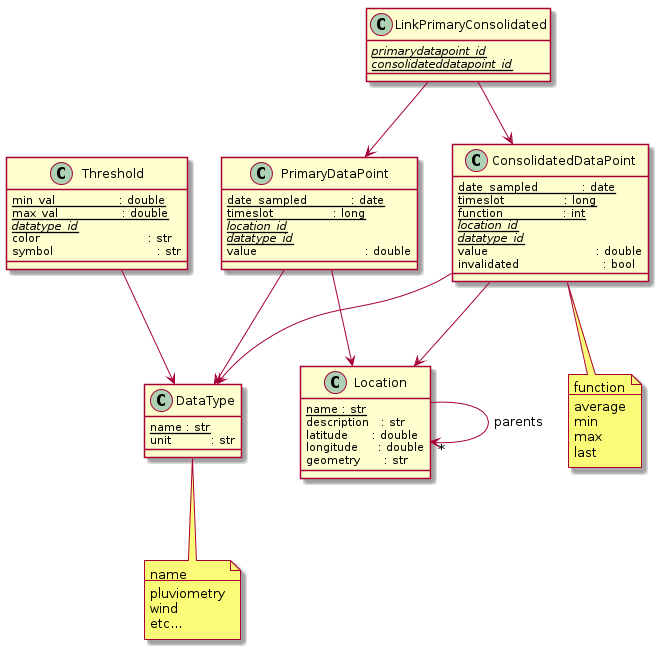
This is docs/images/generated/model_overview.png from aert/aert-climagraph, a PlantUML export, as it was before one commit.
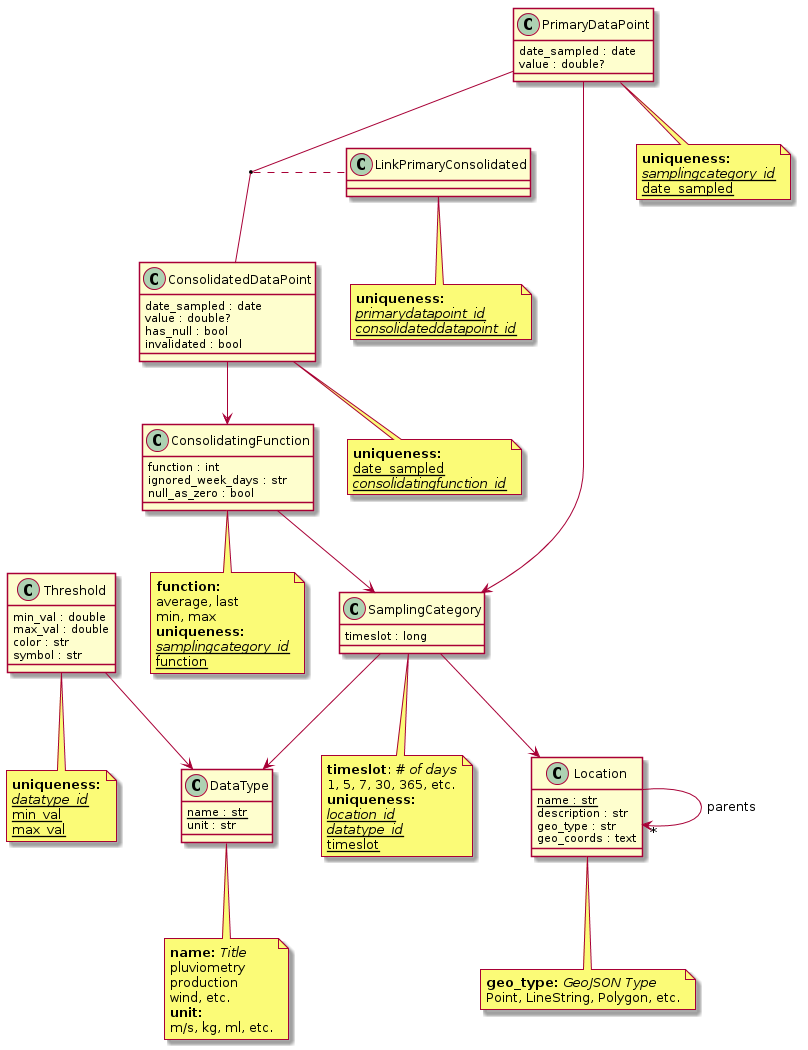
After the change.

Commit message:
Updated UML diagram.

What changed in the source:
```diff
@@ -1,66 +1,137 @@
 @startuml model_overview.png
+
+
+    class DataType {
+        {static} name : str
+        unit : str
+    }
+
+    note as NoteDataType
+        <b>name:</b> <i>Title</i>
+        pluviometry
+        production
+        wind, etc.
+        <b>unit:</b>
+        m/s, kg, ml, etc.
+    end note
+
+    DataType -- NoteDataType
+
 
     class Location {
         {static} name : str
-        description   : str
-        latitude      : double
-        longitude     : double
-        geometry      : str
+        description : str
+        geo_type : str
+        geo_coords : text
     }
 
-    class DataType {
-        {static} name : str
-        unit          : str
+    note as NoteLocation
+        <b>geo_type:</b> <i>GeoJSON Type</i>
+        Point, LineString, Polygon, etc.
+    end note
+
+    Location -- NoteLocation
+    Location --> "*" Location : parents
+
+
+    class SamplingCategory {
+        timeslot : long
     }
-    note "name\n--\npluviometry\nwind\netc..." as NoteDataType
+
+    note as NoteSamplingCategory
+        <b>timeslot</b>: <i># of days</i>
+        1, 5, 7, 30, 365, etc.
+        <b>uniqueness:</b>
+        <u><i>location_id</i></u>
+        <u><i>datatype_id</i></u>
+        <u>timeslot</u>
+    end note
+
+    SamplingCategory -- NoteSamplingCategory
+    SamplingCategory --> Location
+    SamplingCategory --> DataType
+
+
+    class ConsolidatingFunction {
+        function : int
+        ignored_week_days : str
+        null_as_zero : bool
+    }
+
+    note as NoteCDF
+        <b>function:</b>
+        average, last
+        min, max
+        <b>uniqueness:</b>
+        <u><i>samplingcategory_id</i></u>
+        <u>function</u>
+    end note
+
+    ConsolidatingFunction -- NoteCDF
+    ConsolidatingFunction --> SamplingCategory
+
 
     class Threshold {
-        {static} min_val                : double
-        {static} max_val                : double
-        {static} {abstract} datatype_id
-        color                           : str
-        symbol                          : str
+        min_val : double
+        max_val : double
+        color : str
+        symbol : str
     }
 
+    note as NoteThreshold
+        <b>uniqueness:</b>
+        <u><i>datatype_id</i></u>
+        <u>min_val</u>
+        <u>max_val</u>
+    end note
+
+    Threshold .. NoteThreshold
+    Threshold --> DataType
+
+
     class PrimaryDataPoint {
-        {static} date_sampled           : date
-        {static} timeslot               : long
-        {static} {abstract} location_id
-        {static} {abstract} datatype_id
-        value                           : double
+        date_sampled : date
+        value : double?
     }
 
+    note as NotePrimaryDataPoint
+        <b>uniqueness:</b>
+        <u><i>samplingcategory_id</i></u>
+        <u>date_sampled</u>
+    end note
+
+    PrimaryDataPoint .. NotePrimaryDataPoint
+    PrimaryDataPoint --> SamplingCategory
+
+
     class ConsolidatedDataPoint {
-        {static} date_sampled           : date
-        {static} timeslot               : long
-        {static} function               : int
-        {static} {abstract} location_id
-        {static} {abstract} datatype_id
-        value                           : double
-        invalidated                     : bool
+        date_sampled : date
+        value : double?
+        has_null : bool
+        invalidated : bool
     }
-    note "function\n--\naverage\nmin\nmax\nlast" as NoteCDP
+
+    note as NoteConsolidatedDataPoint
+        <b>uniqueness:</b>
+        <u>date_sampled</u>
+        <u><i>consolidatingfunction_id</i></u>
+    end note
+
+    ConsolidatedDataPoint -- NoteConsolidatedDataPoint
+    ConsolidatedDataPoint --> ConsolidatingFunction
+
 
     class LinkPrimaryConsolidated {
-        {static} {abstract} primarydatapoint_id
-        {static} {abstract} consolidateddatapoint_id
     }
 
+    note as NoteLinkPrimaryConsolidated
+        <b>uniqueness:</b>
+        <u><i>primarydatapoint_id</i></u>
+        <u><i>consolidateddatapoint_id</i></u>
+    end note
 
-    Location --> "*" Location : parents
+    LinkPrimaryConsolidated -- NoteLinkPrimaryConsolidated
+    (PrimaryDataPoint, ConsolidatedDataPoint) .. LinkPrimaryConsolidated
 
-    DataType -- NoteDataType
-
-    Threshold --> DataType
-
-    PrimaryDataPoint --> Location
-    PrimaryDataPoint --> DataType
-
-    ConsolidatedDataPoint --> Location
-    ConsolidatedDataPoint --> DataType
-    ConsolidatedDataPoint -- NoteCDP
-
-    LinkPrimaryConsolidated --> PrimaryDataPoint
-    LinkPrimaryConsolidated --> ConsolidatedDataPoint
 
 @enduml
```
